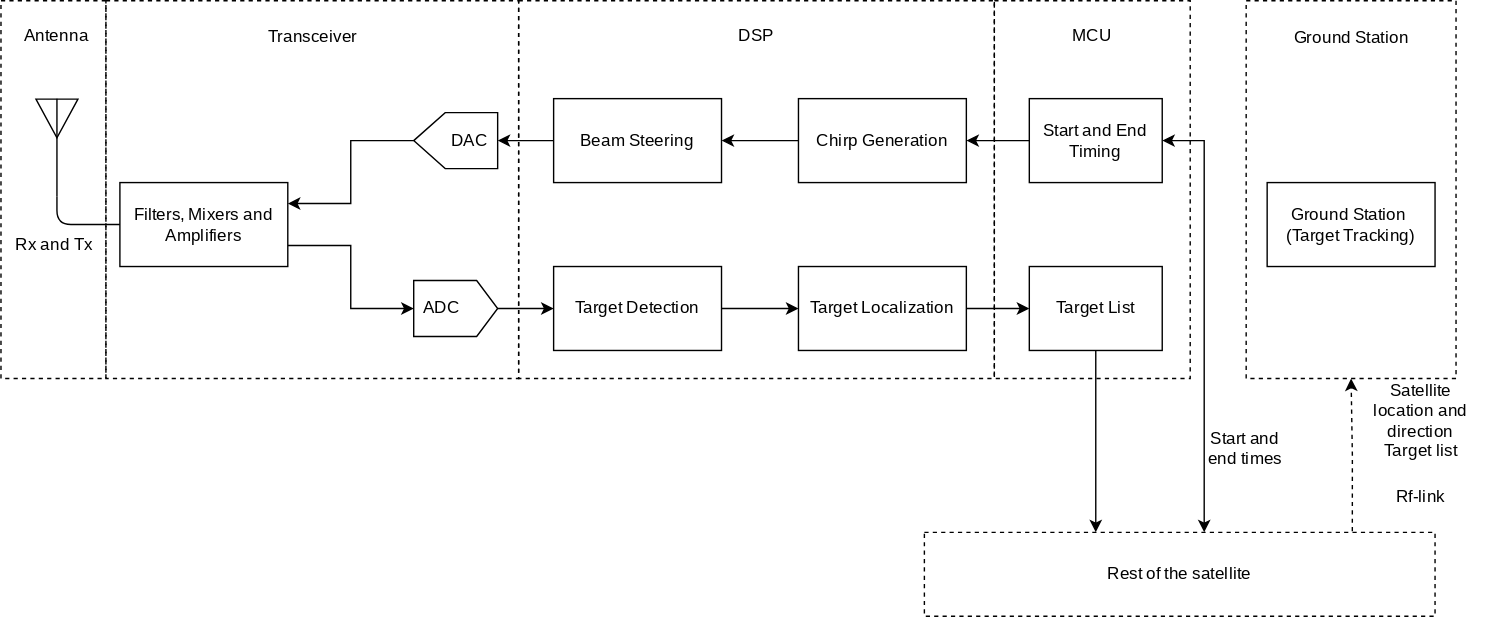
Before: Figures/systemDesign/overview/openedBlockOverview.svg, a diagram exported from draw.io (Mikkelnn/ESD6-Project). Source tidied: cells renumbered, new cells last; positions are measured from the earlier drawing's top-left corner, leaving out a move shared by most shapes. The source it was exported from:
```xml
<mxGraphModel>
  <root>
    <mxCell id="0" />
    <mxCell id="1" parent="0" />
    <mxCell id="2" style="rounded=0;whiteSpace=wrap;html=1;fillColor=none;dashed=1;fontFamily=modern;fontSource=https%3A%2F%2Fsourceforge.net%2Fprojects%2Fcm-unicode%2F;" parent="1" vertex="1">
      <mxGeometry x="890" width="150" height="270" as="geometry" />
    </mxCell>
    <mxCell id="3" style="rounded=0;whiteSpace=wrap;html=1;fillColor=none;dashed=1;fontFamily=modern;fontSource=https%3A%2F%2Fsourceforge.net%2Fprojects%2Fcm-unicode%2F;" parent="1" vertex="1">
      <mxGeometry x="710" width="140" height="270" as="geometry" />
    </mxCell>
    <mxCell id="4" style="rounded=0;whiteSpace=wrap;html=1;fillColor=none;dashed=1;fontFamily=modern;fontSource=https%3A%2F%2Fsourceforge.net%2Fprojects%2Fcm-unicode%2F;" parent="1" vertex="1">
      <mxGeometry x="370" width="340" height="270" as="geometry" />
    </mxCell>
    <mxCell id="5" style="rounded=0;whiteSpace=wrap;html=1;fillColor=none;dashed=1;fontFamily=modern;fontSource=https%3A%2F%2Fsourceforge.net%2Fprojects%2Fcm-unicode%2F;" parent="1" vertex="1">
      <mxGeometry x="75" width="295" height="270" as="geometry" />
    </mxCell>
    <mxCell id="6" style="rounded=0;whiteSpace=wrap;html=1;fillColor=none;dashed=1;fontFamily=modern;fontSource=https%3A%2F%2Fsourceforge.net%2Fprojects%2Fcm-unicode%2F;" parent="1" vertex="1">
      <mxGeometry width="75" height="270" as="geometry" />
    </mxCell>
    <mxCell id="7" style="verticalLabelPosition=bottom;shadow=0;dashed=0;align=center;html=1;verticalAlign=top;shape=mxgraph.electrical.radio.aerial_-_antenna_2;fontFamily=modern;fontSource=https%3A%2F%2Fsourceforge.net%2Fprojects%2Fcm-unicode%2F;" parent="1" vertex="1">
      <mxGeometry x="25" y="70" width="30" height="70" as="geometry" />
    </mxCell>
    <mxCell id="8" style="edgeStyle=orthogonalEdgeStyle;rounded=0;jettySize=auto;html=1;exitX=1;exitY=0.75;exitDx=0;exitDy=0;entryX=0.5;entryY=0;entryDx=0;entryDy=0;fontFamily=modern;fontSource=https%3A%2F%2Fsourceforge.net%2Fprojects%2Fcm-unicode%2F;" parent="1" edge="1" source="9" target="19">
      <mxGeometry relative="1" as="geometry" />
    </mxCell>
    <mxCell id="9" value="Filters, Mixers and Amplifiers" style="rounded=0;whiteSpace=wrap;html=1;fontFamily=modern;fontSource=https%3A%2F%2Fsourceforge.net%2Fprojects%2Fcm-unicode%2F;" parent="1" vertex="1">
      <mxGeometry x="85" y="130" width="120" height="60" as="geometry" />
    </mxCell>
    <mxCell id="10" style="edgeStyle=orthogonalEdgeStyle;rounded=0;jettySize=auto;html=1;exitX=0;exitY=0.5;exitDx=0;exitDy=0;entryX=0.5;entryY=0;entryDx=0;entryDy=0;fontFamily=modern;fontSource=https%3A%2F%2Fsourceforge.net%2Fprojects%2Fcm-unicode%2F;" parent="1" edge="1" source="11" target="17">
      <mxGeometry relative="1" as="geometry" />
    </mxCell>
    <mxCell id="11" value="Beam Steering" style="rounded=0;whiteSpace=wrap;html=1;fontFamily=modern;fontSource=https%3A%2F%2Fsourceforge.net%2Fprojects%2Fcm-unicode%2F;" parent="1" vertex="1">
      <mxGeometry x="395" y="70" width="120" height="60" as="geometry" />
    </mxCell>
    <mxCell id="12" style="edgeStyle=orthogonalEdgeStyle;rounded=0;jettySize=auto;html=1;exitX=0;exitY=0.5;exitDx=0;exitDy=0;fontFamily=modern;fontSource=https%3A%2F%2Fsourceforge.net%2Fprojects%2Fcm-unicode%2F;" parent="1" edge="1" source="13" target="11">
      <mxGeometry relative="1" as="geometry" />
    </mxCell>
    <mxCell id="13" value="Chirp Generation" style="rounded=0;whiteSpace=wrap;html=1;fontFamily=modern;fontSource=https%3A%2F%2Fsourceforge.net%2Fprojects%2Fcm-unicode%2F;" parent="1" vertex="1">
      <mxGeometry x="570" y="70" width="120" height="60" as="geometry" />
    </mxCell>
    <mxCell id="14" style="edgeStyle=orthogonalEdgeStyle;rounded=0;jettySize=auto;html=1;exitX=1;exitY=0.5;exitDx=0;exitDy=0;entryX=0;entryY=0.5;entryDx=0;entryDy=0;fontFamily=modern;fontSource=https%3A%2F%2Fsourceforge.net%2Fprojects%2Fcm-unicode%2F;" parent="1" edge="1" source="15" target="22">
      <mxGeometry relative="1" as="geometry" />
    </mxCell>
    <mxCell id="15" value="Target Detection" style="rounded=0;whiteSpace=wrap;html=1;fontFamily=modern;fontSource=https%3A%2F%2Fsourceforge.net%2Fprojects%2Fcm-unicode%2F;" parent="1" vertex="1">
      <mxGeometry x="395" y="190" width="120" height="60" as="geometry" />
    </mxCell>
    <mxCell id="16" style="edgeStyle=orthogonalEdgeStyle;rounded=0;jettySize=auto;html=1;exitX=0.5;exitY=1;exitDx=0;exitDy=0;entryX=1;entryY=0.25;entryDx=0;entryDy=0;fontFamily=modern;fontSource=https%3A%2F%2Fsourceforge.net%2Fprojects%2Fcm-unicode%2F;" parent="1" edge="1" source="17" target="9">
      <mxGeometry relative="1" as="geometry" />
    </mxCell>
    <mxCell id="17" style="shape=offPageConnector;whiteSpace=wrap;html=1;direction=south;fontFamily=modern;fontSource=https%3A%2F%2Fsourceforge.net%2Fprojects%2Fcm-unicode%2F;" parent="1" vertex="1">
      <mxGeometry x="295" y="80" width="60" height="40" as="geometry" />
    </mxCell>
    <mxCell id="18" style="edgeStyle=orthogonalEdgeStyle;rounded=0;jettySize=auto;html=1;exitX=0.5;exitY=1;exitDx=0;exitDy=0;entryX=0;entryY=0.5;entryDx=0;entryDy=0;fontFamily=modern;fontSource=https%3A%2F%2Fsourceforge.net%2Fprojects%2Fcm-unicode%2F;" parent="1" edge="1" source="19" target="15">
      <mxGeometry relative="1" as="geometry" />
    </mxCell>
    <mxCell id="19" style="shape=offPageConnector;whiteSpace=wrap;html=1;direction=north;size=0.25;fontFamily=modern;fontSource=https%3A%2F%2Fsourceforge.net%2Fprojects%2Fcm-unicode%2F;" parent="1" vertex="1">
      <mxGeometry x="295" y="200" width="60" height="40" as="geometry" />
    </mxCell>
    <mxCell id="20" value="DAC" style="text;html=1;align=center;verticalAlign=middle;whiteSpace=wrap;rounded=0;fontFamily=modern;fontSource=https%3A%2F%2Fsourceforge.net%2Fprojects%2Fcm-unicode%2F;" parent="1" vertex="1">
      <mxGeometry x="305" y="85" width="60" height="30" as="geometry" />
    </mxCell>
    <mxCell id="21" value="ADC" style="text;html=1;align=center;verticalAlign=middle;whiteSpace=wrap;rounded=0;fontFamily=modern;fontSource=https%3A%2F%2Fsourceforge.net%2Fprojects%2Fcm-unicode%2F;" parent="1" vertex="1">
      <mxGeometry x="285" y="205" width="60" height="30" as="geometry" />
    </mxCell>
    <mxCell id="22" value="Target Localization" style="rounded=0;whiteSpace=wrap;html=1;fontFamily=modern;fontSource=https%3A%2F%2Fsourceforge.net%2Fprojects%2Fcm-unicode%2F;" parent="1" vertex="1">
      <mxGeometry x="570" y="190" width="120" height="60" as="geometry" />
    </mxCell>
    <mxCell id="23" style="edgeStyle=orthogonalEdgeStyle;rounded=1;jettySize=auto;html=1;exitX=0;exitY=0.5;exitDx=0;exitDy=0;entryX=0.5;entryY=1;entryDx=0;entryDy=0;entryPerimeter=0;curved=0;endArrow=none;startFill=0;fontFamily=modern;fontSource=https%3A%2F%2Fsourceforge.net%2Fprojects%2Fcm-unicode%2F;" parent="1" edge="1" source="9" target="7">
      <mxGeometry relative="1" as="geometry" />
    </mxCell>
    <mxCell id="24" value="Ground Station&amp;nbsp;&lt;br&gt;(Target Tracking)" style="rounded=0;whiteSpace=wrap;html=1;fontFamily=modern;fontSource=https%3A%2F%2Fsourceforge.net%2Fprojects%2Fcm-unicode%2F;" parent="1" vertex="1">
      <mxGeometry x="905" y="130" width="120" height="60" as="geometry" />
    </mxCell>
    <mxCell id="25" value="Antenna" style="text;html=1;align=center;verticalAlign=middle;whiteSpace=wrap;rounded=0;fontFamily=modern;fontSource=https%3A%2F%2Fsourceforge.net%2Fprojects%2Fcm-unicode%2F;" parent="1" vertex="1">
      <mxGeometry x="10" y="10" width="60" height="30" as="geometry" />
    </mxCell>
    <mxCell id="26" value="Transceiver" style="text;html=1;align=center;verticalAlign=middle;whiteSpace=wrap;rounded=0;fontFamily=modern;fontSource=https%3A%2F%2Fsourceforge.net%2Fprojects%2Fcm-unicode%2F;" parent="1" vertex="1">
      <mxGeometry x="193" y="11" width="60" height="30" as="geometry" />
    </mxCell>
    <mxCell id="27" value="DSP" style="text;html=1;align=center;verticalAlign=middle;whiteSpace=wrap;rounded=0;fontFamily=modern;fontSource=https%3A%2F%2Fsourceforge.net%2Fprojects%2Fcm-unicode%2F;" parent="1" vertex="1">
      <mxGeometry x="510" y="10" width="60" height="30" as="geometry" />
    </mxCell>
    <mxCell id="28" value="MCU" style="text;html=1;align=center;verticalAlign=middle;whiteSpace=wrap;rounded=0;fontFamily=modern;fontSource=https%3A%2F%2Fsourceforge.net%2Fprojects%2Fcm-unicode%2F;" parent="1" vertex="1">
      <mxGeometry x="750" y="10" width="60" height="30" as="geometry" />
    </mxCell>
    <mxCell id="29" value="Ground Station" style="text;html=1;align=center;verticalAlign=middle;whiteSpace=wrap;rounded=0;fontFamily=modern;fontSource=https%3A%2F%2Fsourceforge.net%2Fprojects%2Fcm-unicode%2F;" parent="1" vertex="1">
      <mxGeometry x="921.5" y="12" width="87" height="30" as="geometry" />
    </mxCell>
    <mxCell id="30" style="edgeStyle=orthogonalEdgeStyle;rounded=0;jettySize=auto;html=1;exitX=0.838;exitY=-0.013;exitDx=0;exitDy=0;entryX=0.5;entryY=1;entryDx=0;entryDy=0;dashed=1;fontFamily=modern;fontSource=https%3A%2F%2Fsourceforge.net%2Fprojects%2Fcm-unicode%2F;exitPerimeter=0;" parent="1" edge="1" source="32" target="2">
      <mxGeometry relative="1" as="geometry" />
    </mxCell>
    <mxCell id="31" style="edgeStyle=orthogonalEdgeStyle;rounded=0;jettySize=auto;html=1;entryX=1;entryY=0.5;entryDx=0;entryDy=0;startArrow=classic;startFill=1;fontFamily=modern;fontSource=https%3A%2F%2Fsourceforge.net%2Fprojects%2Fcm-unicode%2F;" parent="1" edge="1" target="36">
      <mxGeometry relative="1" as="geometry">
        <mxPoint x="860" y="380" as="sourcePoint" />
        <Array as="points">
          <mxPoint x="860" y="380" />
          <mxPoint x="860" y="100" />
        </Array>
      </mxGeometry>
    </mxCell>
    <mxCell id="32" value="Rest of the satellite" style="rounded=0;whiteSpace=wrap;html=1;fillColor=none;dashed=1;fontFamily=modern;fontSource=https%3A%2F%2Fsourceforge.net%2Fprojects%2Fcm-unicode%2F;" parent="1" vertex="1">
      <mxGeometry x="660" y="380" width="365" height="60" as="geometry" />
    </mxCell>
    <mxCell id="33" value="Start and end times" style="text;html=1;align=center;verticalAlign=middle;whiteSpace=wrap;rounded=0;fontFamily=modern;fontSource=https%3A%2F%2Fsourceforge.net%2Fprojects%2Fcm-unicode%2F;" parent="1" vertex="1">
      <mxGeometry x="856.5" y="300" width="65" height="40" as="geometry" />
    </mxCell>
    <mxCell id="34" value="&lt;div&gt;Satellite location and direction&lt;br&gt;Target list&lt;/div&gt;" style="text;html=1;align=center;verticalAlign=middle;whiteSpace=wrap;rounded=0;fontFamily=modern;fontSource=https%3A%2F%2Fsourceforge.net%2Fprojects%2Fcm-unicode%2F;" parent="1" vertex="1">
      <mxGeometry x="970" y="282.5" width="90" height="35" as="geometry" />
    </mxCell>
    <mxCell id="35" style="edgeStyle=orthogonalEdgeStyle;rounded=0;jettySize=auto;html=1;exitX=0;exitY=0.5;exitDx=0;exitDy=0;entryX=1;entryY=0.5;entryDx=0;entryDy=0;fontFamily=modern;fontSource=https%3A%2F%2Fsourceforge.net%2Fprojects%2Fcm-unicode%2F;" parent="1" edge="1" source="36" target="13">
      <mxGeometry relative="1" as="geometry" />
    </mxCell>
    <mxCell id="36" value="Start and End Timing" style="rounded=0;whiteSpace=wrap;html=1;fontFamily=modern;fontSource=https%3A%2F%2Fsourceforge.net%2Fprojects%2Fcm-unicode%2F;" parent="1" vertex="1">
      <mxGeometry x="735" y="70" width="95" height="60" as="geometry" />
    </mxCell>
    <mxCell id="37" style="edgeStyle=orthogonalEdgeStyle;rounded=0;jettySize=auto;html=1;exitX=0.5;exitY=1;exitDx=0;exitDy=0;fontFamily=modern;fontSource=https%3A%2F%2Fsourceforge.net%2Fprojects%2Fcm-unicode%2F;" parent="1" edge="1" source="38" target="32">
      <mxGeometry relative="1" as="geometry">
        <Array as="points">
          <mxPoint x="782" y="315" />
          <mxPoint x="782" y="315" />
        </Array>
      </mxGeometry>
    </mxCell>
    <mxCell id="38" value="Target List" style="rounded=0;whiteSpace=wrap;html=1;fontFamily=modern;fontSource=https%3A%2F%2Fsourceforge.net%2Fprojects%2Fcm-unicode%2F;" parent="1" vertex="1">
      <mxGeometry x="735" y="190" width="95" height="60" as="geometry" />
    </mxCell>
    <mxCell id="39" style="edgeStyle=orthogonalEdgeStyle;rounded=0;jettySize=auto;html=1;exitX=1;exitY=0.5;exitDx=0;exitDy=0;entryX=0;entryY=0.5;entryDx=0;entryDy=0;jumpStyle=arc;fontFamily=modern;fontSource=https%3A%2F%2Fsourceforge.net%2Fprojects%2Fcm-unicode%2F;" parent="1" edge="1" source="22" target="38">
      <mxGeometry relative="1" as="geometry" />
    </mxCell>
    <mxCell id="40" value="Rf-link" style="text;html=1;align=center;verticalAlign=middle;whiteSpace=wrap;rounded=0;fontFamily=modern;fontSource=https%3A%2F%2Fsourceforge.net%2Fprojects%2Fcm-unicode%2F;" parent="1" vertex="1">
      <mxGeometry x="985" y="340" width="60" height="30" as="geometry" />
    </mxCell>
    <mxCell id="41" value="Rx and Tx" style="text;html=1;align=center;verticalAlign=middle;whiteSpace=wrap;rounded=0;fontFamily=modern;fontSource=https%3A%2F%2Fsourceforge.net%2Fprojects%2Fcm-unicode%2F;" parent="1" vertex="1">
      <mxGeometry x="8" y="160" width="60" height="30" as="geometry" />
    </mxCell>
  </root>
</mxGraphModel>
```
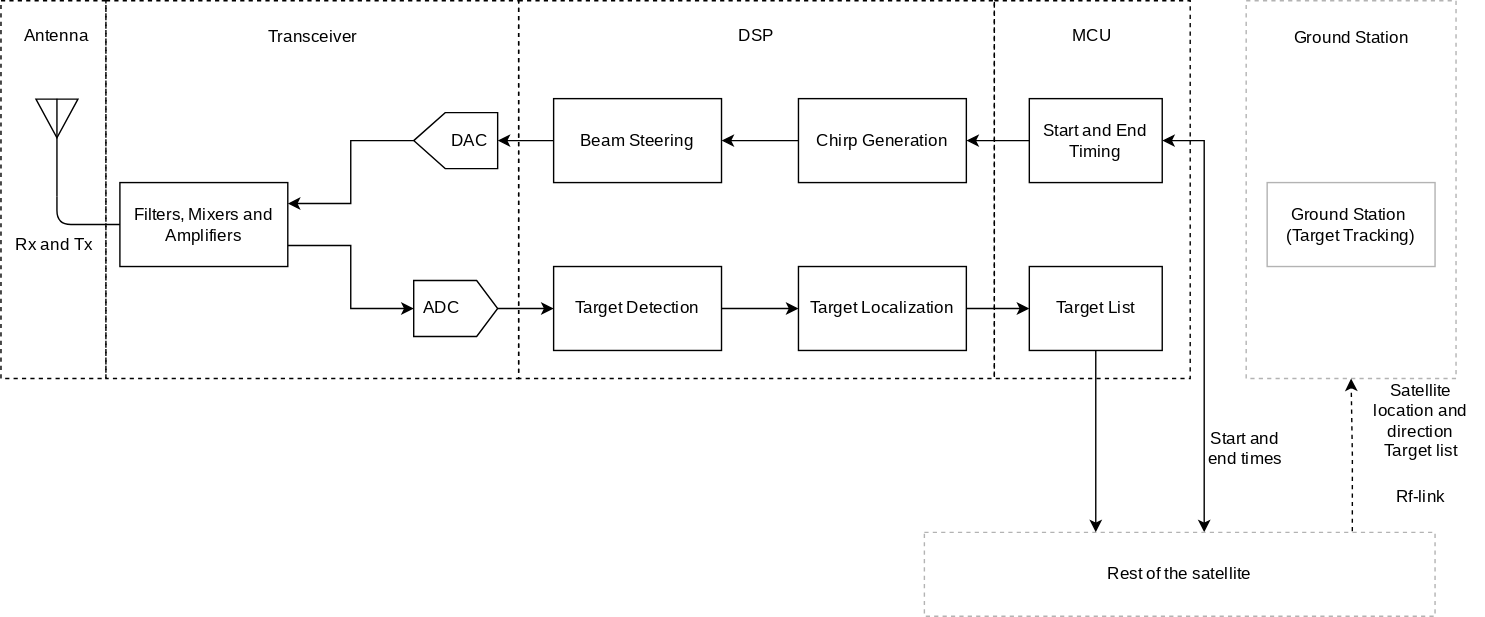
The same file after the commit.

What changed in the source:
```diff
@@ -2,7 +2,7 @@
   <root>
     <mxCell id="0" />
     <mxCell id="1" parent="0" />
-    <mxCell id="2" style="rounded=0;whiteSpace=wrap;html=1;fillColor=none;dashed=1;fontFamily=modern;fontSource=https%3A%2F%2Fsourceforge.net%2Fprojects%2Fcm-unicode%2F;" parent="1" vertex="1">
+    <mxCell id="2" style="rounded=0;whiteSpace=wrap;html=1;fillColor=none;dashed=1;fontFamily=modern;fontSource=https%3A%2F%2Fsourceforge.net%2Fprojects%2Fcm-unicode%2F;strokeColor=#B3B3B3;" parent="1" vertex="1">
       <mxGeometry x="890" width="150" height="270" as="geometry" />
     </mxCell>
     <mxCell id="3" style="rounded=0;whiteSpace=wrap;html=1;fillColor=none;dashed=1;fontFamily=modern;fontSource=https%3A%2F%2Fsourceforge.net%2Fprojects%2Fcm-unicode%2F;" parent="1" vertex="1">
@@ -68,7 +68,7 @@
     <mxCell id="23" style="edgeStyle=orthogonalEdgeStyle;rounded=1;jettySize=auto;html=1;exitX=0;exitY=0.5;exitDx=0;exitDy=0;entryX=0.5;entryY=1;entryDx=0;entryDy=0;entryPerimeter=0;curved=0;endArrow=none;startFill=0;fontFamily=modern;fontSource=https%3A%2F%2Fsourceforge.net%2Fprojects%2Fcm-unicode%2F;" parent="1" edge="1" source="9" target="7">
       <mxGeometry relative="1" as="geometry" />
     </mxCell>
-    <mxCell id="24" value="Ground Station&amp;nbsp;&lt;br&gt;(Target Tracking)" style="rounded=0;whiteSpace=wrap;html=1;fontFamily=modern;fontSource=https%3A%2F%2Fsourceforge.net%2Fprojects%2Fcm-unicode%2F;" parent="1" vertex="1">
+    <mxCell id="24" value="Ground Station&amp;nbsp;&lt;br&gt;(Target Tracking)" style="rounded=0;whiteSpace=wrap;html=1;fontFamily=modern;fontSource=https%3A%2F%2Fsourceforge.net%2Fprojects%2Fcm-unicode%2F;strokeColor=#B3B3B3;" parent="1" vertex="1">
       <mxGeometry x="905" y="130" width="120" height="60" as="geometry" />
     </mxCell>
     <mxCell id="25" value="Antenna" style="text;html=1;align=center;verticalAlign=middle;whiteSpace=wrap;rounded=0;fontFamily=modern;fontSource=https%3A%2F%2Fsourceforge.net%2Fprojects%2Fcm-unicode%2F;" parent="1" vertex="1">
@@ -98,7 +98,7 @@
         </Array>
       </mxGeometry>
     </mxCell>
-    <mxCell id="32" value="Rest of the satellite" style="rounded=0;whiteSpace=wrap;html=1;fillColor=none;dashed=1;fontFamily=modern;fontSource=https%3A%2F%2Fsourceforge.net%2Fprojects%2Fcm-unicode%2F;" parent="1" vertex="1">
+    <mxCell id="32" value="Rest of the satellite" style="rounded=0;whiteSpace=wrap;html=1;dashed=1;fontFamily=modern;fontSource=https%3A%2F%2Fsourceforge.net%2Fprojects%2Fcm-unicode%2F;strokeColor=#B3B3B3;" parent="1" vertex="1">
       <mxGeometry x="660" y="380" width="365" height="60" as="geometry" />
     </mxCell>
     <mxCell id="33" value="Start and end times" style="text;html=1;align=center;verticalAlign=middle;whiteSpace=wrap;rounded=0;fontFamily=modern;fontSource=https%3A%2F%2Fsourceforge.net%2Fprojects%2Fcm-unicode%2F;" parent="1" vertex="1">
```
